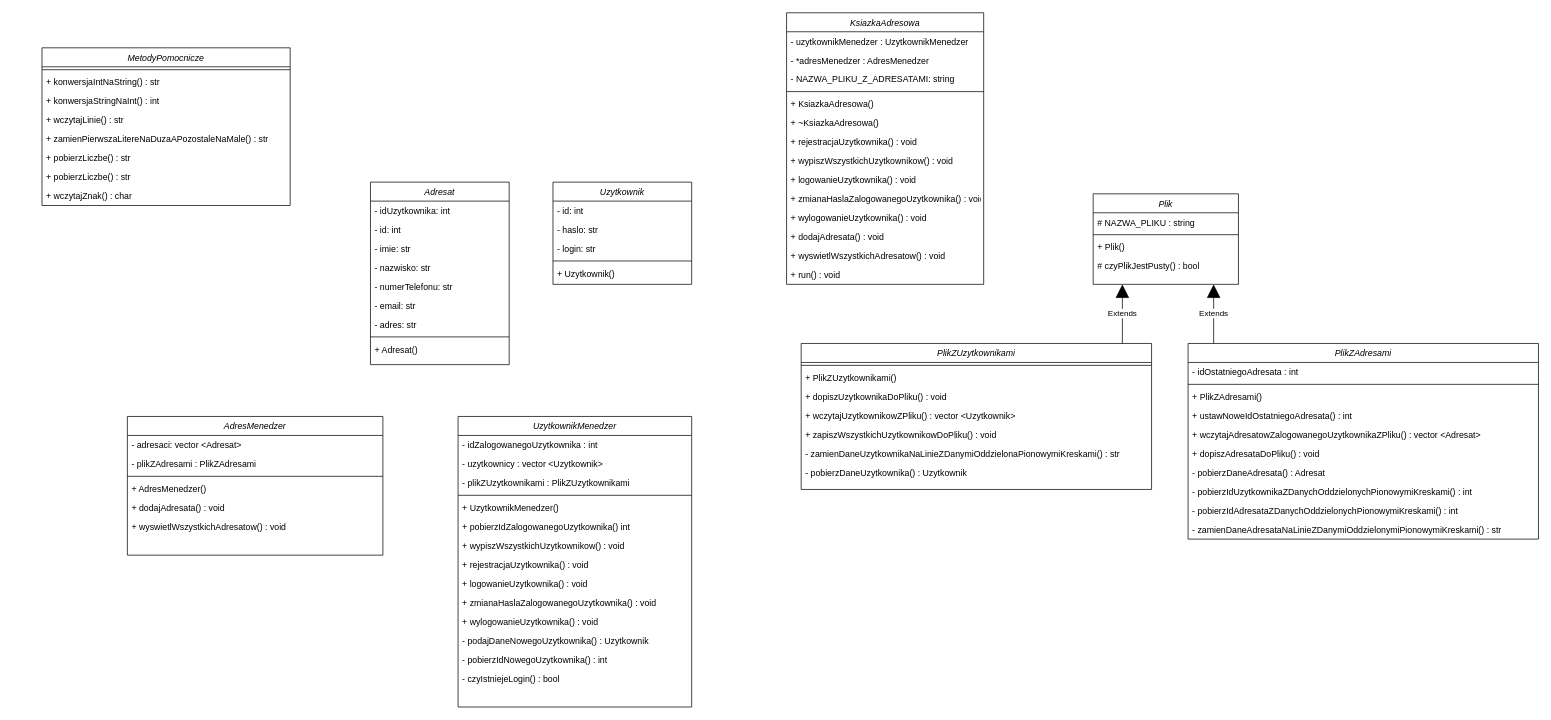
Earlier version of the draw.io diagram documentation/address-book-uml.drawio (MichalWilczek/address-book-FutureProgrammer). Source tidied: cells renumbered, new cells numbered last; positions are measured from the earlier drawing's top-left corner, leaving out a move shared by most shapes. Both pictures are drawn from the tidied source at 73%, with x=0, y=0 at pixel (42, 12).
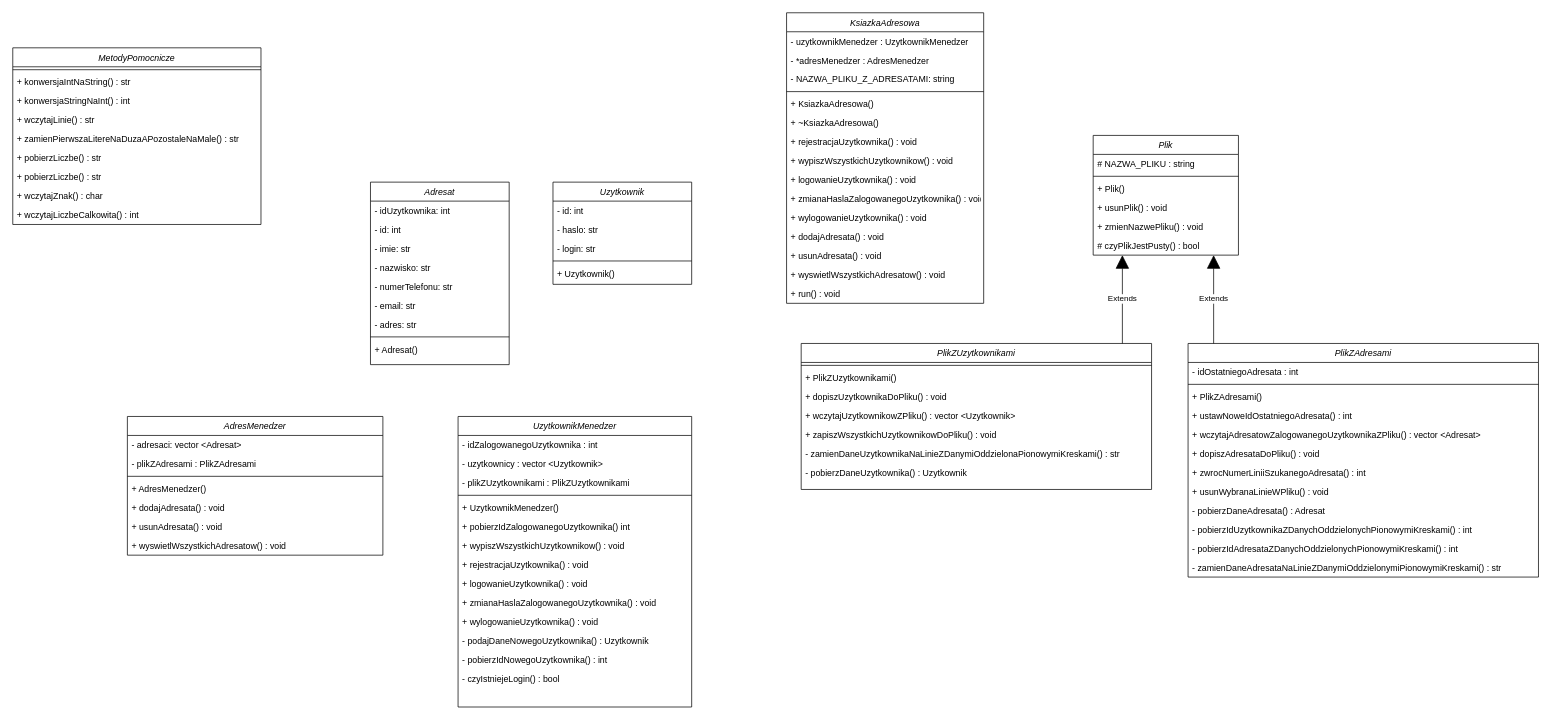
After the change.

The change refers to these unchanged cells:
```xml
<mxCell id="52" value="AdresMenedzer" style="swimlane;fontStyle=2;align=center;verticalAlign=top;horizontal=1;startSize=26;rounded=0;shadow=0;strokeWidth=1;" parent="1" vertex="1">
  <mxGeometry x="117" y="553" width="350" height="190" as="geometry" />
</mxCell>
```

Diff of the diagram source:
```diff
@@
     <mxCell id="17" value="Plik" style="swimlane;fontStyle=2;align=center;verticalAlign=top;horizontal=1;startSize=26;rounded=0;shadow=0;strokeWidth=1;" parent="1" vertex="1">
-      <mxGeometry x="1440" y="248" width="199" height="124" as="geometry" />
+      <mxGeometry x="1440" y="168" width="199" height="164" as="geometry" />
     </mxCell>
@@
+    <mxCell id="90" value="+ Plik()" style="text;align=left;verticalAlign=top;spacingLeft=4;spacingRight=4;overflow=hidden;" parent="17" vertex="1">
+      <mxGeometry y="60" width="199" height="26" as="geometry" />
+    </mxCell>
+    <mxCell id="91" value="+ usunPlik() : void" style="text;align=left;verticalAlign=top;spacingLeft=4;spacingRight=4;overflow=hidden;" parent="17" vertex="1">
+      <mxGeometry y="86" width="199" height="26" as="geometry" />
+    </mxCell>
-    <mxCell id="20" value="+ Plik()" style="text;align=left;verticalAlign=top;spacingLeft=4;spacingRight=4;overflow=hidden;" parent="17" vertex="1">
-      <mxGeometry y="60" width="199" height="26" as="geometry" />
+    <mxCell id="20" value="+ zmienNazwePliku() : void" style="text;align=left;verticalAlign=top;spacingLeft=4;spacingRight=4;overflow=hidden;" parent="17" vertex="1">
+      <mxGeometry y="112" width="199" height="26" as="geometry" />
     </mxCell>
     <mxCell id="21" value="# czyPlikJestPusty() : bool" style="text;align=left;verticalAlign=top;spacingLeft=4;spacingRight=4;overflow=hidden;" parent="17" vertex="1">
-      <mxGeometry y="86" width="199" height="26" as="geometry" />
+      <mxGeometry y="138" width="199" height="26" as="geometry" />
     </mxCell>
     <mxCell id="22" value="MetodyPomocnicze" style="swimlane;fontStyle=2;align=center;verticalAlign=top;horizontal=1;startSize=26;rounded=0;shadow=0;strokeWidth=1;" parent="1" vertex="1">
-      <mxGeometry y="48" width="340" height="216" as="geometry" />
+      <mxGeometry x="-40" y="48" width="340" height="242" as="geometry" />
     </mxCell>
@@
+    <mxCell id="92" value="+ wczytajZnak() : char" style="text;align=left;verticalAlign=top;spacingLeft=4;spacingRight=4;overflow=hidden;" parent="22" vertex="1">
+      <mxGeometry y="190" width="340" height="26" as="geometry" />
+    </mxCell>
-    <mxCell id="30" value="+ wczytajZnak() : char" style="text;align=left;verticalAlign=top;spacingLeft=4;spacingRight=4;overflow=hidden;" parent="22" vertex="1">
-      <mxGeometry y="190" width="340" height="26" as="geometry" />
+    <mxCell id="30" value="+ wczytajLiczbeCalkowita() : int" style="text;align=left;verticalAlign=top;spacingLeft=4;spacingRight=4;overflow=hidden;" parent="22" vertex="1">
+      <mxGeometry y="216" width="340" height="26" as="geometry" />
     </mxCell>
@@
     <mxCell id="40" value="PlikZAdresami" style="swimlane;fontStyle=2;align=center;verticalAlign=top;horizontal=1;startSize=26;rounded=0;shadow=0;strokeWidth=1;" parent="1" vertex="1">
-      <mxGeometry x="1570" y="453" width="480" height="268" as="geometry" />
+      <mxGeometry x="1570" y="453" width="480" height="320" as="geometry" />
     </mxCell>
@@
+    <mxCell id="93" value="+ dopiszAdresataDoPliku() : void" style="text;align=left;verticalAlign=top;spacingLeft=4;spacingRight=4;overflow=hidden;" parent="40" vertex="1">
+      <mxGeometry y="138" width="480" height="26" as="geometry" />
+    </mxCell>
+    <mxCell id="94" value="+ zwrocNumerLiniiSzukanegoAdresata() : int" style="text;align=left;verticalAlign=top;spacingLeft=4;spacingRight=4;overflow=hidden;" parent="40" vertex="1">
+      <mxGeometry y="164" width="480" height="26" as="geometry" />
+    </mxCell>
-    <mxCell id="46" value="+ dopiszAdresataDoPliku() : void" style="text;align=left;verticalAlign=top;spacingLeft=4;spacingRight=4;overflow=hidden;" parent="40" vertex="1">
-      <mxGeometry y="138" width="480" height="26" as="geometry" />
+    <mxCell id="46" value="+ usunWybranaLinieWPliku() : void" style="text;align=left;verticalAlign=top;spacingLeft=4;spacingRight=4;overflow=hidden;" parent="40" vertex="1">
+      <mxGeometry y="190" width="480" height="26" as="geometry" />
     </mxCell>
     <mxCell id="47" value="- pobierzDaneAdresata() : Adresat " style="text;align=left;verticalAlign=top;spacingLeft=4;spacingRight=4;overflow=hidden;" parent="40" vertex="1">
-      <mxGeometry y="164" width="480" height="26" as="geometry" />
+      <mxGeometry y="216" width="480" height="26" as="geometry" />
     </mxCell>
     <mxCell id="48" value="- pobierzIdUzytkownikaZDanychOddzielonychPionowymiKreskami() : int" style="text;align=left;verticalAlign=top;spacingLeft=4;spacingRight=4;overflow=hidden;" parent="40" vertex="1">
-      <mxGeometry y="190" width="480" height="26" as="geometry" />
+      <mxGeometry y="242" width="480" height="26" as="geometry" />
     </mxCell>
     <mxCell id="49" value="- pobierzIdAdresataZDanychOddzielonychPionowymiKreskami() : int" style="text;align=left;verticalAlign=top;spacingLeft=4;spacingRight=4;overflow=hidden;" parent="40" vertex="1">
-      <mxGeometry y="216" width="480" height="26" as="geometry" />
+      <mxGeometry y="268" width="480" height="26" as="geometry" />
     </mxCell>
     <mxCell id="50" value="- zamienDaneAdresataNaLinieZDanymiOddzielonymiPionowymiKreskami() : str" style="text;align=left;verticalAlign=top;spacingLeft=4;spacingRight=4;overflow=hidden;" parent="40" vertex="1">
-      <mxGeometry y="242" width="480" height="26" as="geometry" />
+      <mxGeometry y="294" width="480" height="26" as="geometry" />
     </mxCell>
@@
+    <mxCell id="95" value="+ dodajAdresata() : void" style="text;align=left;verticalAlign=top;spacingLeft=4;spacingRight=4;overflow=hidden;" parent="52" vertex="1">
+      <mxGeometry y="112" width="350" height="26" as="geometry" />
+    </mxCell>
-    <mxCell id="57" value="+ dodajAdresata() : void" style="text;align=left;verticalAlign=top;spacingLeft=4;spacingRight=4;overflow=hidden;" parent="52" vertex="1">
-      <mxGeometry y="112" width="350" height="26" as="geometry" />
+    <mxCell id="57" value="+ usunAdresata() : void" style="text;align=left;verticalAlign=top;spacingLeft=4;spacingRight=4;overflow=hidden;" parent="52" vertex="1">
+      <mxGeometry y="138" width="350" height="26" as="geometry" />
     </mxCell>
     <mxCell id="58" value="+ wyswietlWszystkichAdresatow() : void" style="text;align=left;verticalAlign=top;spacingLeft=4;spacingRight=4;overflow=hidden;" parent="52" vertex="1">
-      <mxGeometry y="138" width="350" height="26" as="geometry" />
+      <mxGeometry y="164" width="350" height="26" as="geometry" />
     </mxCell>
     <mxCell id="59" value="KsiazkaAdresowa" style="swimlane;fontStyle=2;align=center;verticalAlign=top;horizontal=1;startSize=26;rounded=0;shadow=0;strokeWidth=1;" parent="1" vertex="1">
-      <mxGeometry x="1020" width="270" height="372" as="geometry" />
+      <mxGeometry x="1020" width="270" height="398" as="geometry" />
     </mxCell>
@@
+    <mxCell id="96" value="+ dodajAdresata() : void" style="text;align=left;verticalAlign=top;spacingLeft=4;spacingRight=4;overflow=hidden;" parent="59" vertex="1">
+      <mxGeometry y="294" width="270" height="26" as="geometry" />
+    </mxCell>
-    <mxCell id="71" value="+ dodajAdresata() : void" style="text;align=left;verticalAlign=top;spacingLeft=4;spacingRight=4;overflow=hidden;" parent="59" vertex="1">
-      <mxGeometry y="294" width="270" height="26" as="geometry" />
+    <mxCell id="71" value="+ usunAdresata() : void" style="text;align=left;verticalAlign=top;spacingLeft=4;spacingRight=4;overflow=hidden;" parent="59" vertex="1">
+      <mxGeometry y="320" width="270" height="26" as="geometry" />
     </mxCell>
     <mxCell id="72" value="+ wyswietlWszystkichAdresatow() : void" style="text;align=left;verticalAlign=top;spacingLeft=4;spacingRight=4;overflow=hidden;" parent="59" vertex="1">
-      <mxGeometry y="320" width="270" height="26" as="geometry" />
+      <mxGeometry y="346" width="270" height="26" as="geometry" />
     </mxCell>
     <mxCell id="73" value="+ run() : void" style="text;align=left;verticalAlign=top;spacingLeft=4;spacingRight=4;overflow=hidden;" parent="59" vertex="1">
-      <mxGeometry y="346" width="270" height="26" as="geometry" />
+      <mxGeometry y="372" width="270" height="26" as="geometry" />
     </mxCell>
```
